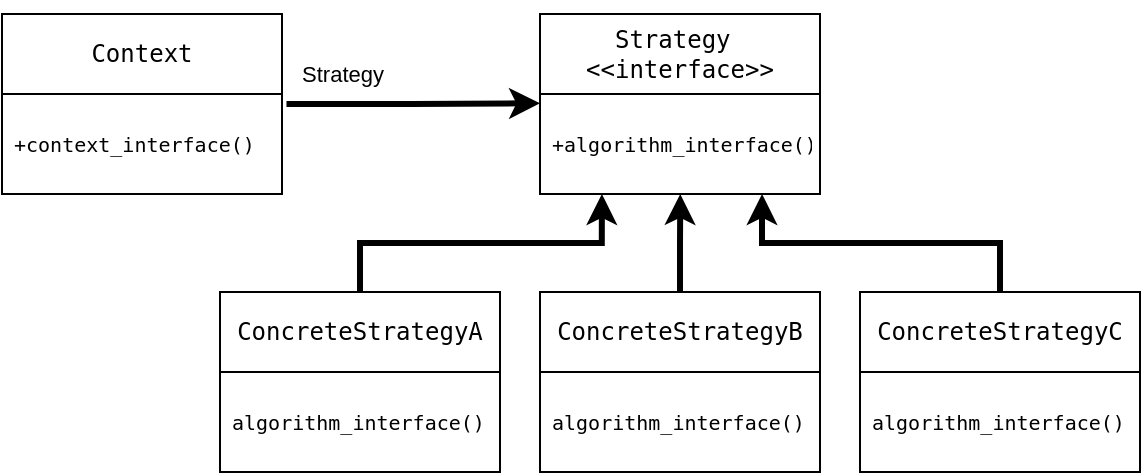
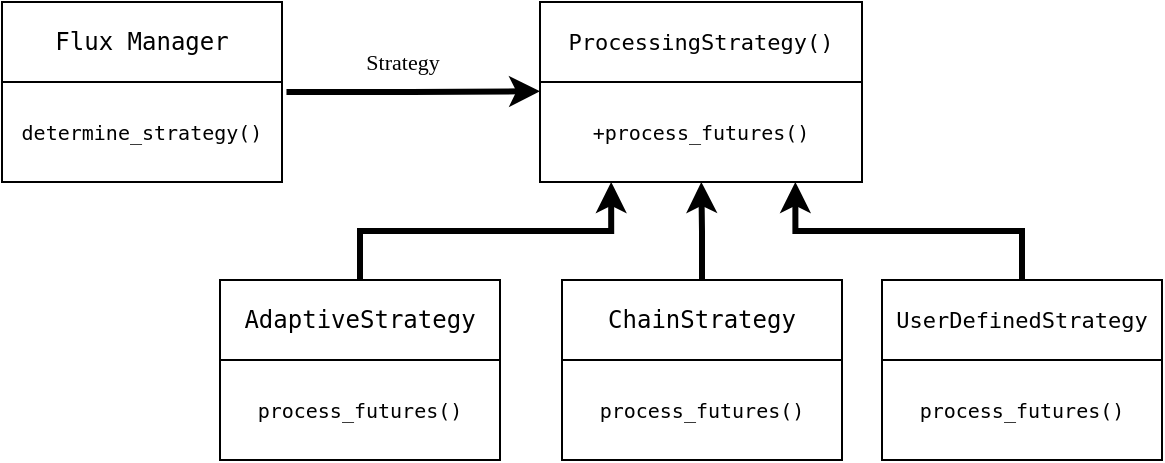
<mxfile host="app.diagrams.net">
  <diagram id="si-Unz5sl0U7n8fzYE-C" name="Page-1">
-     <mxGraphModel dx="2014" dy="789" grid="1" gridSize="10" guides="1" tooltips="1" connect="1" arrows="1" fold="1" page="1" pageScale="1" pageWidth="850" pageHeight="1100" background="#ffffff" math="0" shadow="0">
+     <mxGraphModel dx="2072" dy="828" grid="1" gridSize="10" guides="1" tooltips="1" connect="1" arrows="1" fold="1" page="1" pageScale="1" pageWidth="850" pageHeight="1100" background="#ffffff" math="0" shadow="0">
      <root>
        <mxCell id="0" />
        <mxCell id="1" parent="0" />
-         <mxCell id="kulrHMnd6VDsfm2K051M-5" parent="1" style="swimlane;fontStyle=0;childLayout=stackLayout;horizontal=1;startSize=40;horizontalStack=0;resizeParent=1;resizeParentMax=0;resizeLast=0;collapsible=1;marginBottom=0;whiteSpace=wrap;html=1;labelBackgroundColor=none;rounded=0;" value="&lt;pre&gt;Strategy &lt;br&gt;&amp;lt;&amp;lt;interface&amp;gt;&amp;gt;&lt;/pre&gt;" vertex="1">
-           <mxGeometry height="90" width="140" x="9" y="240" as="geometry" />
+         <mxCell id="kulrHMnd6VDsfm2K051M-5" parent="1" style="swimlane;fontStyle=0;childLayout=stackLayout;horizontal=1;startSize=40;horizontalStack=0;resizeParent=1;resizeParentMax=0;resizeLast=0;collapsible=1;marginBottom=0;whiteSpace=wrap;html=1;labelBackgroundColor=none;rounded=0;" value="&lt;pre&gt;&lt;font style=&quot;font-size: 11px;&quot;&gt;ProcessingStrategy()&lt;/font&gt;&lt;/pre&gt;" vertex="1">
+           <mxGeometry height="90" width="161" x="9" y="240" as="geometry" />
        </mxCell>
-         <mxCell id="kulrHMnd6VDsfm2K051M-6" parent="kulrHMnd6VDsfm2K051M-5" style="text;strokeColor=none;fillColor=none;align=left;verticalAlign=middle;spacingLeft=4;spacingRight=4;overflow=hidden;points=[[0,0.5],[1,0.5]];portConstraint=eastwest;rotatable=0;whiteSpace=wrap;html=1;labelBackgroundColor=none;rounded=0;" value="&lt;pre&gt;&lt;font style=&quot;font-size: 10px;&quot;&gt;+algorithm_interface()&lt;/font&gt;&lt;/pre&gt;" vertex="1">
+         <mxCell id="kulrHMnd6VDsfm2K051M-6" parent="kulrHMnd6VDsfm2K051M-5" style="text;strokeColor=none;fillColor=none;align=center;verticalAlign=middle;spacingLeft=4;spacingRight=4;overflow=hidden;points=[[0,0.5],[1,0.5]];portConstraint=eastwest;rotatable=0;whiteSpace=wrap;html=1;labelBackgroundColor=none;rounded=0;" value="&lt;pre&gt;&lt;font style=&quot;font-size: 10px;&quot;&gt;+process_futures()&lt;/font&gt;&lt;/pre&gt;" vertex="1">
+           <mxGeometry height="50" width="161" y="40" as="geometry" />
+         </mxCell>
+         <mxCell id="kulrHMnd6VDsfm2K051M-13" parent="1" style="swimlane;fontStyle=0;childLayout=stackLayout;horizontal=1;startSize=40;horizontalStack=0;resizeParent=1;resizeParentMax=0;resizeLast=0;collapsible=1;marginBottom=0;whiteSpace=wrap;html=1;labelBackgroundColor=none;rounded=0;" value="&lt;pre&gt;AdaptiveStrategy&lt;/pre&gt;" vertex="1">
+           <mxGeometry height="90" width="140" x="-151" y="379" as="geometry" />
+         </mxCell>
+         <mxCell id="kulrHMnd6VDsfm2K051M-14" parent="kulrHMnd6VDsfm2K051M-13" style="text;strokeColor=none;fillColor=none;align=center;verticalAlign=middle;spacingLeft=4;spacingRight=4;overflow=hidden;points=[[0,0.5],[1,0.5]];portConstraint=eastwest;rotatable=0;whiteSpace=wrap;html=1;labelBackgroundColor=none;rounded=0;" value="&lt;pre&gt;&lt;font style=&quot;font-size: 10px;&quot;&gt;process_futures()&lt;/font&gt;&lt;/pre&gt;" vertex="1">
          <mxGeometry height="50" width="140" y="40" as="geometry" />
        </mxCell>
-         <mxCell id="kulrHMnd6VDsfm2K051M-13" parent="1" style="swimlane;fontStyle=0;childLayout=stackLayout;horizontal=1;startSize=40;horizontalStack=0;resizeParent=1;resizeParentMax=0;resizeLast=0;collapsible=1;marginBottom=0;whiteSpace=wrap;html=1;labelBackgroundColor=none;rounded=0;" value="&lt;pre&gt;ConcreteStrategyA&lt;/pre&gt;" vertex="1">
-           <mxGeometry height="90" width="140" x="-151" y="379" as="geometry" />
+         <mxCell id="kulrHMnd6VDsfm2K051M-15" parent="1" style="swimlane;fontStyle=0;childLayout=stackLayout;horizontal=1;startSize=40;horizontalStack=0;resizeParent=1;resizeParentMax=0;resizeLast=0;collapsible=1;marginBottom=0;whiteSpace=wrap;html=1;labelBackgroundColor=none;rounded=0;" value="&lt;pre&gt;ChainStrategy&lt;/pre&gt;" vertex="1">
+           <mxGeometry height="90" width="140" x="20" y="379" as="geometry" />
        </mxCell>
-         <mxCell id="kulrHMnd6VDsfm2K051M-14" parent="kulrHMnd6VDsfm2K051M-13" style="text;strokeColor=none;fillColor=none;align=left;verticalAlign=middle;spacingLeft=4;spacingRight=4;overflow=hidden;points=[[0,0.5],[1,0.5]];portConstraint=eastwest;rotatable=0;whiteSpace=wrap;html=1;labelBackgroundColor=none;rounded=0;" value="&lt;pre&gt;&lt;font style=&quot;font-size: 10px;&quot;&gt;algorithm_interface()&lt;/font&gt;&lt;/pre&gt;" vertex="1">
+         <mxCell id="kulrHMnd6VDsfm2K051M-16" parent="kulrHMnd6VDsfm2K051M-15" style="text;strokeColor=none;fillColor=none;align=center;verticalAlign=middle;spacingLeft=4;spacingRight=4;overflow=hidden;points=[[0,0.5],[1,0.5]];portConstraint=eastwest;rotatable=0;whiteSpace=wrap;html=1;labelBackgroundColor=none;rounded=0;" value="&lt;pre&gt;&lt;font style=&quot;font-size: 10px;&quot;&gt;process_futures()&lt;/font&gt;&lt;/pre&gt;" vertex="1">
          <mxGeometry height="50" width="140" y="40" as="geometry" />
        </mxCell>
-         <mxCell id="kulrHMnd6VDsfm2K051M-15" parent="1" style="swimlane;fontStyle=0;childLayout=stackLayout;horizontal=1;startSize=40;horizontalStack=0;resizeParent=1;resizeParentMax=0;resizeLast=0;collapsible=1;marginBottom=0;whiteSpace=wrap;html=1;labelBackgroundColor=none;rounded=0;" value="&lt;pre&gt;ConcreteStrategyB&lt;/pre&gt;" vertex="1">
-           <mxGeometry height="90" width="140" x="9" y="379" as="geometry" />
+         <mxCell id="kulrHMnd6VDsfm2K051M-17" parent="1" style="swimlane;fontStyle=0;childLayout=stackLayout;horizontal=1;startSize=40;horizontalStack=0;resizeParent=1;resizeParentMax=0;resizeLast=0;collapsible=1;marginBottom=0;whiteSpace=wrap;html=1;labelBackgroundColor=none;rounded=0;" value="&lt;pre&gt;&lt;font style=&quot;font-size: 11px;&quot;&gt;UserDefinedStrategy&lt;/font&gt;&lt;/pre&gt;" vertex="1">
+           <mxGeometry height="90" width="140" x="180" y="379" as="geometry" />
        </mxCell>
-         <mxCell id="kulrHMnd6VDsfm2K051M-16" parent="kulrHMnd6VDsfm2K051M-15" style="text;strokeColor=none;fillColor=none;align=left;verticalAlign=middle;spacingLeft=4;spacingRight=4;overflow=hidden;points=[[0,0.5],[1,0.5]];portConstraint=eastwest;rotatable=0;whiteSpace=wrap;html=1;labelBackgroundColor=none;rounded=0;" value="&lt;pre&gt;&lt;font style=&quot;font-size: 10px;&quot;&gt;algorithm_interface()&lt;/font&gt;&lt;/pre&gt;" vertex="1">
-           <mxGeometry height="50" width="140" y="40" as="geometry" />
-         </mxCell>
-         <mxCell id="kulrHMnd6VDsfm2K051M-17" parent="1" style="swimlane;fontStyle=0;childLayout=stackLayout;horizontal=1;startSize=40;horizontalStack=0;resizeParent=1;resizeParentMax=0;resizeLast=0;collapsible=1;marginBottom=0;whiteSpace=wrap;html=1;labelBackgroundColor=none;rounded=0;" value="&lt;pre&gt;ConcreteStrategyC&lt;/pre&gt;" vertex="1">
-           <mxGeometry height="90" width="140" x="169" y="379" as="geometry" />
-         </mxCell>
-         <mxCell id="kulrHMnd6VDsfm2K051M-18" parent="kulrHMnd6VDsfm2K051M-17" style="text;strokeColor=none;fillColor=none;align=left;verticalAlign=middle;spacingLeft=4;spacingRight=4;overflow=hidden;points=[[0,0.5],[1,0.5]];portConstraint=eastwest;rotatable=0;whiteSpace=wrap;html=1;labelBackgroundColor=none;rounded=0;" value="&lt;pre&gt;&lt;font style=&quot;font-size: 10px;&quot;&gt;algorithm_interface()&lt;/font&gt;&lt;/pre&gt;" vertex="1">
+         <mxCell id="kulrHMnd6VDsfm2K051M-18" parent="kulrHMnd6VDsfm2K051M-17" style="text;strokeColor=none;fillColor=none;align=center;verticalAlign=middle;spacingLeft=4;spacingRight=4;overflow=hidden;points=[[0,0.5],[1,0.5]];portConstraint=eastwest;rotatable=0;whiteSpace=wrap;html=1;labelBackgroundColor=none;rounded=0;" value="&lt;pre&gt;&lt;font style=&quot;font-size: 10px;&quot;&gt;process_futures()&lt;/font&gt;&lt;/pre&gt;" vertex="1">
          <mxGeometry height="50" width="140" y="40" as="geometry" />
        </mxCell>
        <mxCell id="kulrHMnd6VDsfm2K051M-22" edge="1" parent="1" source="kulrHMnd6VDsfm2K051M-13" style="edgeStyle=orthogonalEdgeStyle;rounded=0;orthogonalLoop=1;jettySize=auto;html=1;exitX=0.5;exitY=0;exitDx=0;exitDy=0;entryX=0.221;entryY=1;entryDx=0;entryDy=0;entryPerimeter=0;strokeWidth=3;labelBackgroundColor=none;fontColor=default;" target="kulrHMnd6VDsfm2K051M-6">
          <mxGeometry relative="1" as="geometry" />
        </mxCell>
        <mxCell id="kulrHMnd6VDsfm2K051M-23" edge="1" parent="1" source="kulrHMnd6VDsfm2K051M-17" style="edgeStyle=orthogonalEdgeStyle;rounded=0;orthogonalLoop=1;jettySize=auto;html=1;exitX=0.5;exitY=0;exitDx=0;exitDy=0;entryX=0.793;entryY=1;entryDx=0;entryDy=0;entryPerimeter=0;strokeWidth=3;labelBackgroundColor=none;fontColor=default;" target="kulrHMnd6VDsfm2K051M-6">
          <mxGeometry relative="1" as="geometry" />
        </mxCell>
        <mxCell id="kulrHMnd6VDsfm2K051M-24" edge="1" parent="1" source="kulrHMnd6VDsfm2K051M-15" style="edgeStyle=orthogonalEdgeStyle;rounded=0;orthogonalLoop=1;jettySize=auto;html=1;exitX=0.5;exitY=0;exitDx=0;exitDy=0;entryX=0.501;entryY=1;entryDx=0;entryDy=0;entryPerimeter=0;strokeWidth=3;labelBackgroundColor=none;fontColor=default;" target="kulrHMnd6VDsfm2K051M-6">
          <mxGeometry relative="1" as="geometry" />
        </mxCell>
        <mxCell id="kulrHMnd6VDsfm2K051M-27" edge="1" parent="1" source="kulrHMnd6VDsfm2K051M-26" style="edgeStyle=orthogonalEdgeStyle;rounded=0;orthogonalLoop=1;jettySize=auto;html=1;entryX=0;entryY=0.25;entryDx=0;entryDy=0;strokeWidth=3;exitX=1.016;exitY=0.099;exitDx=0;exitDy=0;exitPerimeter=0;labelBackgroundColor=none;fontColor=default;">
          <mxGeometry relative="1" as="geometry">
            <mxPoint x="-70" y="285" as="sourcePoint" />
            <mxPoint x="9.000000000000227" y="284.6200000000001" as="targetPoint" />
          </mxGeometry>
        </mxCell>
-         <mxCell id="kulrHMnd6VDsfm2K051M-28" connectable="0" parent="kulrHMnd6VDsfm2K051M-27" style="edgeLabel;html=1;align=center;verticalAlign=middle;resizable=0;points=[];labelBackgroundColor=none;rounded=0;" value="Strategy" vertex="1">
+         <mxCell id="kulrHMnd6VDsfm2K051M-28" connectable="0" parent="kulrHMnd6VDsfm2K051M-27" style="edgeLabel;html=1;align=center;verticalAlign=middle;resizable=0;points=[];labelBackgroundColor=none;rounded=0;" value="&lt;font face=&quot;JetBrainsMono Nerd Font&quot;&gt;Strategy&lt;/font&gt;" vertex="1">
          <mxGeometry relative="1" x="-0.2524" y="-1" as="geometry">
-             <mxPoint x="-20" y="-16" as="offset" />
+             <mxPoint x="10" y="-16" as="offset" />
          </mxGeometry>
        </mxCell>
-         <mxCell id="kulrHMnd6VDsfm2K051M-25" parent="1" style="swimlane;fontStyle=0;childLayout=stackLayout;horizontal=1;startSize=40;horizontalStack=0;resizeParent=1;resizeParentMax=0;resizeLast=0;collapsible=1;marginBottom=0;whiteSpace=wrap;html=1;labelBackgroundColor=none;rounded=0;" value="&lt;pre&gt;Context&lt;br&gt;&lt;/pre&gt;" vertex="1">
+         <mxCell id="kulrHMnd6VDsfm2K051M-25" parent="1" style="swimlane;fontStyle=0;childLayout=stackLayout;horizontal=1;startSize=40;horizontalStack=0;resizeParent=1;resizeParentMax=0;resizeLast=0;collapsible=1;marginBottom=0;whiteSpace=wrap;html=1;labelBackgroundColor=none;rounded=0;" value="&lt;pre&gt;Flux Manager&lt;br&gt;&lt;/pre&gt;" vertex="1">
          <mxGeometry height="90" width="140" x="-260" y="240" as="geometry" />
        </mxCell>
-         <mxCell id="kulrHMnd6VDsfm2K051M-26" parent="kulrHMnd6VDsfm2K051M-25" style="text;strokeColor=none;fillColor=none;align=left;verticalAlign=middle;spacingLeft=4;spacingRight=4;overflow=hidden;points=[[0,0.5],[1,0.5]];portConstraint=eastwest;rotatable=0;whiteSpace=wrap;html=1;labelBackgroundColor=none;rounded=0;" value="&lt;pre&gt;&lt;font style=&quot;font-size: 10px;&quot;&gt;+context_interface()&lt;/font&gt;&lt;/pre&gt;" vertex="1">
+         <mxCell id="kulrHMnd6VDsfm2K051M-26" parent="kulrHMnd6VDsfm2K051M-25" style="text;strokeColor=none;fillColor=none;align=center;verticalAlign=middle;spacingLeft=4;spacingRight=4;overflow=hidden;points=[[0,0.5],[1,0.5]];portConstraint=eastwest;rotatable=0;whiteSpace=wrap;html=1;labelBackgroundColor=none;rounded=0;" value="&lt;pre&gt;&lt;font style=&quot;font-size: 10px;&quot;&gt;determine_strategy()&lt;/font&gt;&lt;/pre&gt;" vertex="1">
          <mxGeometry height="50" width="140" y="40" as="geometry" />
        </mxCell>
      </root>
    </mxGraphModel>
  </diagram>
</mxfile>
